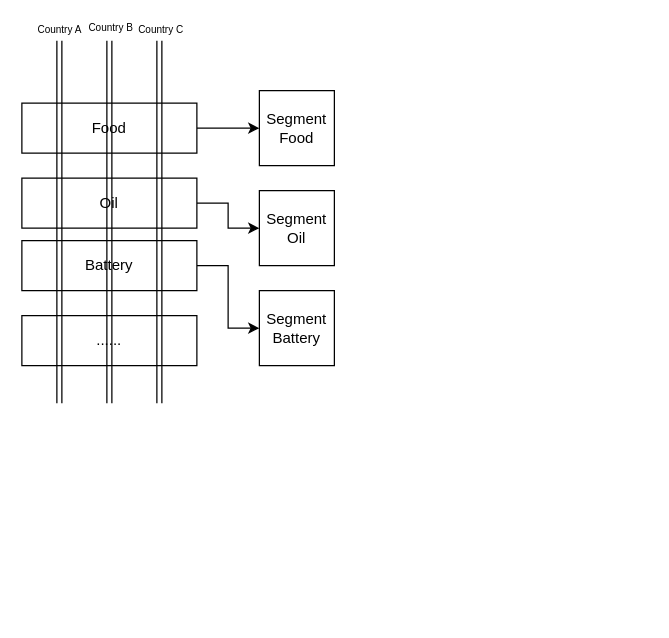
This is SE.drawio from RiemannLee19/UMLs, a draw.io file, before an edit. Source tidied: cells renumbered, new cells numbered last; positions are measured from the earlier drawing's top-left corner, leaving out a move shared by most shapes. Both pictures are drawn from the tidied source at 125%, with x=0, y=0 at pixel (21, 40).
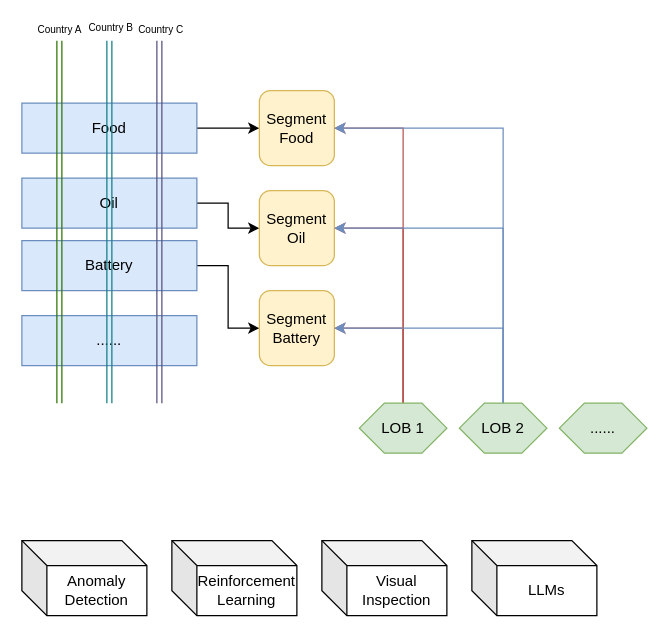
The same page after the edit.

The edit, as a diff of the source:
```diff
@@
-    <mxCell id="3" value="Food" style="rounded=0;whiteSpace=wrap;html=1;" parent="1" vertex="1">
+    <mxCell id="3" value="Food" style="rounded=0;whiteSpace=wrap;html=1;fillColor=#dae8fc;strokeColor=#6c8ebf;" parent="1" vertex="1">
       <mxGeometry y="50" width="140" height="40" as="geometry" />
     </mxCell>
@@
-    <mxCell id="5" value="Oil" style="rounded=0;whiteSpace=wrap;html=1;" parent="1" vertex="1">
+    <mxCell id="5" value="Oil" style="rounded=0;whiteSpace=wrap;html=1;fillColor=#dae8fc;strokeColor=#6c8ebf;" parent="1" vertex="1">
       <mxGeometry y="110" width="140" height="40" as="geometry" />
     </mxCell>
@@
-    <mxCell id="7" value="Battery" style="rounded=0;whiteSpace=wrap;html=1;" parent="1" vertex="1">
+    <mxCell id="7" value="Battery" style="rounded=0;whiteSpace=wrap;html=1;fillColor=#dae8fc;strokeColor=#6c8ebf;" parent="1" vertex="1">
       <mxGeometry y="160" width="140" height="40" as="geometry" />
     </mxCell>
-    <mxCell id="8" value="......" style="rounded=0;whiteSpace=wrap;html=1;" parent="1" vertex="1">
+    <mxCell id="8" value="......" style="rounded=0;whiteSpace=wrap;html=1;fillColor=#dae8fc;strokeColor=#6c8ebf;" parent="1" vertex="1">
       <mxGeometry y="220" width="140" height="40" as="geometry" />
     </mxCell>
-    <mxCell id="9" style="shape=link;html=1;rounded=0;" parent="1" edge="1">
+    <mxCell id="9" style="shape=link;html=1;rounded=0;fillColor=#60a917;strokeColor=#2D7600;" parent="1" edge="1">
       <mxGeometry relative="1" as="geometry">
         <mxPoint x="30" as="sourcePoint" />
         <mxPoint x="30" y="290" as="targetPoint" />
       </mxGeometry>
     </mxCell>
@@
-    <mxCell id="11" style="shape=link;html=1;rounded=0;" parent="1" edge="1">
+    <mxCell id="11" style="shape=link;html=1;rounded=0;fillColor=#d0cee2;strokeColor=#56517e;" parent="1" edge="1">
       <mxGeometry relative="1" as="geometry">
         <mxPoint x="110" as="sourcePoint" />
         <mxPoint x="110" y="290" as="targetPoint" />
       </mxGeometry>
     </mxCell>
@@
-    <mxCell id="13" style="shape=link;html=1;rounded=0;" parent="1" edge="1">
+    <mxCell id="13" style="shape=link;html=1;rounded=0;fillColor=#b0e3e6;strokeColor=#0e8088;" parent="1" edge="1">
       <mxGeometry relative="1" as="geometry">
         <mxPoint x="70" as="sourcePoint" />
         <mxPoint x="70" y="290" as="targetPoint" />
       </mxGeometry>
     </mxCell>
@@
-    <mxCell id="15" value="Segment&lt;br&gt;Food" style="whiteSpace=wrap;html=1;" parent="1" vertex="1">
+    <mxCell id="15" value="Segment&lt;br&gt;Food" style="whiteSpace=wrap;html=1;fillColor=#fff2cc;strokeColor=#d6b656;rounded=1;" parent="1" vertex="1">
       <mxGeometry x="190" y="40" width="60" height="60" as="geometry" />
     </mxCell>
-    <mxCell id="16" value="Segment&lt;br&gt;Oil" style="whiteSpace=wrap;html=1;" parent="1" vertex="1">
+    <mxCell id="16" value="Segment&lt;br&gt;Oil" style="whiteSpace=wrap;html=1;fillColor=#fff2cc;strokeColor=#d6b656;rounded=1;" parent="1" vertex="1">
       <mxGeometry x="190" y="120" width="60" height="60" as="geometry" />
     </mxCell>
-    <mxCell id="17" value="Segment Battery" style="whiteSpace=wrap;html=1;" parent="1" vertex="1">
+    <mxCell id="17" value="Segment Battery" style="whiteSpace=wrap;html=1;fillColor=#fff2cc;strokeColor=#d6b656;rounded=1;" parent="1" vertex="1">
       <mxGeometry x="190" y="200" width="60" height="60" as="geometry" />
     </mxCell>
+    <mxCell id="18" style="edgeStyle=orthogonalEdgeStyle;rounded=0;jettySize=auto;html=1;exitX=0.5;exitY=0;exitDx=0;exitDy=0;entryX=1;entryY=0.5;entryDx=0;entryDy=0;fillColor=#f8cecc;strokeColor=#b85450;" parent="1" edge="1" source="21" target="17">
+      <mxGeometry relative="1" as="geometry" />
+    </mxCell>
+    <mxCell id="19" style="edgeStyle=orthogonalEdgeStyle;rounded=0;jettySize=auto;html=1;fillColor=#f8cecc;strokeColor=#b85450;" parent="1" edge="1" source="21" target="16">
+      <mxGeometry relative="1" as="geometry">
+        <Array as="points">
+          <mxPoint x="305" y="150" />
+        </Array>
+      </mxGeometry>
+    </mxCell>
+    <mxCell id="20" style="edgeStyle=orthogonalEdgeStyle;rounded=0;jettySize=auto;html=1;entryX=1;entryY=0.5;entryDx=0;entryDy=0;fillColor=#f8cecc;strokeColor=#b85450;" parent="1" edge="1" source="21" target="15">
+      <mxGeometry relative="1" as="geometry">
+        <Array as="points">
+          <mxPoint x="305" y="70" />
+        </Array>
+      </mxGeometry>
+    </mxCell>
+    <mxCell id="21" value="LOB 1" style="shape=hexagon;perimeter=hexagonPerimeter2;whiteSpace=wrap;html=1;fixedSize=1;fillColor=#d5e8d4;strokeColor=#82b366;" parent="1" vertex="1">
+      <mxGeometry x="270" y="290" width="70" height="40" as="geometry" />
+    </mxCell>
+    <mxCell id="22" style="edgeStyle=orthogonalEdgeStyle;rounded=0;jettySize=auto;html=1;exitX=0.5;exitY=0;exitDx=0;exitDy=0;fillColor=#dae8fc;strokeColor=#6c8ebf;" parent="1" edge="1" source="25" target="17">
+      <mxGeometry relative="1" as="geometry">
+        <Array as="points">
+          <mxPoint x="385" y="230" />
+        </Array>
+      </mxGeometry>
+    </mxCell>
+    <mxCell id="23" style="edgeStyle=orthogonalEdgeStyle;rounded=0;jettySize=auto;html=1;fillColor=#dae8fc;strokeColor=#6c8ebf;" parent="1" edge="1" source="25" target="16">
+      <mxGeometry relative="1" as="geometry">
+        <Array as="points">
+          <mxPoint x="385" y="150" />
+        </Array>
+      </mxGeometry>
+    </mxCell>
+    <mxCell id="24" style="edgeStyle=orthogonalEdgeStyle;rounded=0;jettySize=auto;html=1;fillColor=#dae8fc;strokeColor=#6c8ebf;" parent="1" edge="1" source="25" target="15">
+      <mxGeometry relative="1" as="geometry">
+        <Array as="points">
+          <mxPoint x="385" y="70" />
+        </Array>
+      </mxGeometry>
+    </mxCell>
+    <mxCell id="25" value="LOB 2" style="shape=hexagon;perimeter=hexagonPerimeter2;whiteSpace=wrap;html=1;fixedSize=1;fillColor=#d5e8d4;strokeColor=#82b366;" parent="1" vertex="1">
+      <mxGeometry x="350" y="290" width="70" height="40" as="geometry" />
+    </mxCell>
+    <mxCell id="26" value="......" style="shape=hexagon;perimeter=hexagonPerimeter2;whiteSpace=wrap;html=1;fixedSize=1;fillColor=#d5e8d4;strokeColor=#82b366;" parent="1" vertex="1">
+      <mxGeometry x="430" y="290" width="70" height="40" as="geometry" />
+    </mxCell>
+    <mxCell id="27" value="Anomaly Detection" style="shape=cube;whiteSpace=wrap;html=1;boundedLbl=1;backgroundOutline=1;darkOpacity=0.05;darkOpacity2=0.1;" parent="1" vertex="1">
+      <mxGeometry y="400" width="100" height="60" as="geometry" />
+    </mxCell>
+    <mxCell id="28" value="Reinforcement Learning" style="shape=cube;whiteSpace=wrap;html=1;boundedLbl=1;backgroundOutline=1;darkOpacity=0.05;darkOpacity2=0.1;" parent="1" vertex="1">
+      <mxGeometry x="120" y="400" width="100" height="60" as="geometry" />
+    </mxCell>
+    <mxCell id="29" value="Visual Inspection" style="shape=cube;whiteSpace=wrap;html=1;boundedLbl=1;backgroundOutline=1;darkOpacity=0.05;darkOpacity2=0.1;" parent="1" vertex="1">
+      <mxGeometry x="240" y="400" width="100" height="60" as="geometry" />
+    </mxCell>
+    <mxCell id="30" value="LLMs" style="shape=cube;whiteSpace=wrap;html=1;boundedLbl=1;backgroundOutline=1;darkOpacity=0.05;darkOpacity2=0.1;" parent="1" vertex="1">
+      <mxGeometry x="360" y="400" width="100" height="60" as="geometry" />
+    </mxCell>
```
